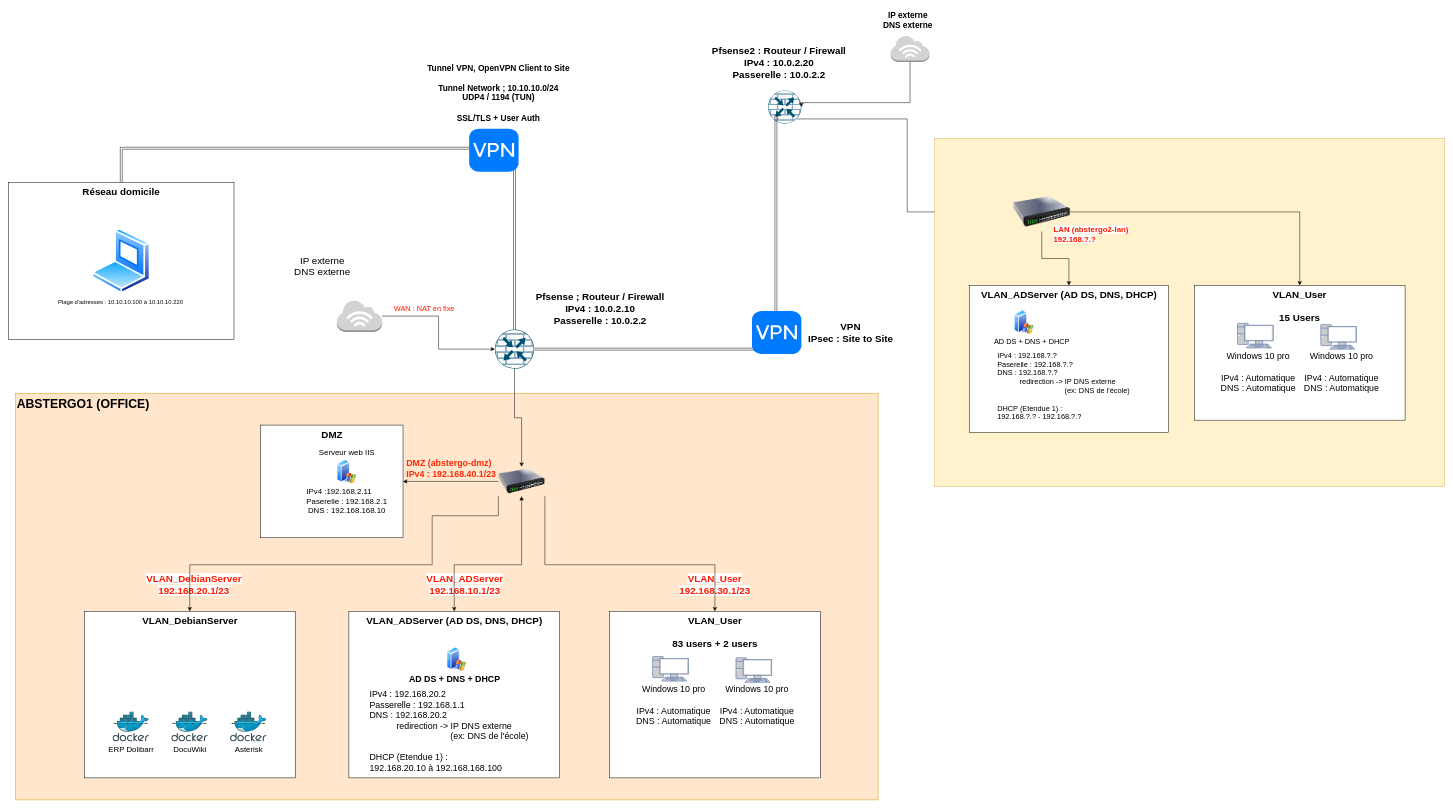
Above: New Network Architecture Abstergo.drawio in CharifMah/AbstergoAnimus (draw.io), before the change. Source tidied: cells renumbered, new cells numbered last; positions are measured from the earlier drawing's top-left corner, leaving out a move shared by most shapes. Both pictures are drawn from the tidied source at 49%, with x=0, y=0 at pixel (8, 8).
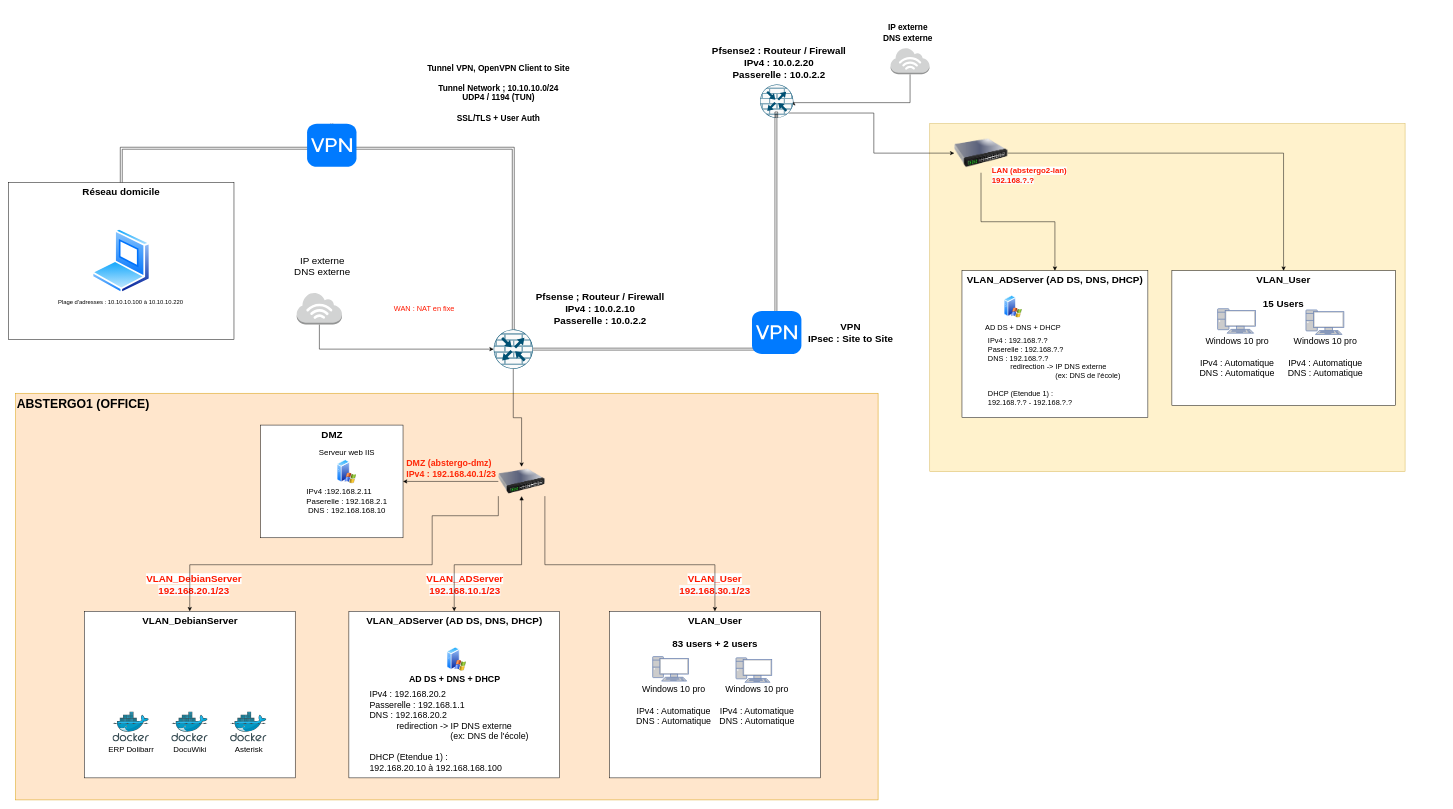
Above is the later version.

The change refers to these unchanged cells:
```xml
<mxCell id="21" value="&lt;font style=&quot;font-size: 20px;&quot;&gt;&lt;b&gt;Réseau domicile&lt;/b&gt;&lt;/font&gt;" style="rounded=0;whiteSpace=wrap;html=1;verticalAlign=top;" parent="20" vertex="1">
  <mxGeometry width="460" height="320" as="geometry" />
</mxCell>
```

Diff of the diagram source:
```diff
@@
     <mxCell id="2" style="sketch=0;points=[[0.5,0,0],[1,0.5,0],[0.5,1,0],[0,0.5,0],[0.145,0.145,0],[0.8555,0.145,0],[0.855,0.8555,0],[0.145,0.855,0]];verticalLabelPosition=bottom;html=1;verticalAlign=top;align=center;shape=mxgraph.cisco19.rect;prIcon=router_with_firewall;fillColor=#FAFAFA;strokeColor=#005073;fontSize=15;" parent="1" vertex="1">
-      <mxGeometry x="992.5" y="655" width="80" height="80" as="geometry" />
+      <mxGeometry x="990" y="655" width="80" height="80" as="geometry" />
     </mxCell>
-    <mxCell id="3" style="outlineConnect=0;dashed=0;verticalLabelPosition=bottom;verticalAlign=top;align=center;html=1;shape=mxgraph.aws3.internet_3;fillColor=#D2D3D3;gradientColor=none;fontSize=15;" parent="1" vertex="1">
-      <mxGeometry x="670" y="595" width="92.5" height="65" as="geometry" />
-    </mxCell>
-    <mxCell id="4" value="&lt;font style=&quot;font-size: 20px;&quot;&gt;IP externe&lt;br style=&quot;&quot;&gt;DNS externe&lt;/font&gt;" style="text;html=1;align=center;verticalAlign=middle;strokeColor=none;fillColor=none;fontSize=15;" parent="1" vertex="1">
-      <mxGeometry x="570" y="495" width="140" height="60" as="geometry" />
-    </mxCell>
@@
-    <mxCell id="6" style="edgeStyle=orthogonalEdgeStyle;rounded=0;jettySize=auto;html=1;exitX=0.855;exitY=0.8555;exitDx=0;exitDy=0;exitPerimeter=0;entryX=0;entryY=0.5;entryDx=0;entryDy=0;" parent="1" edge="1" source="7" target="40">
-      <mxGeometry relative="1" as="geometry" />
-    </mxCell>
-    <mxCell id="7" style="sketch=0;points=[[0.5,0,0],[1,0.5,0],[0.5,1,0],[0,0.5,0],[0.145,0.145,0],[0.8555,0.145,0],[0.855,0.8555,0],[0.145,0.855,0]];verticalLabelPosition=bottom;html=1;verticalAlign=top;align=center;shape=mxgraph.cisco19.rect;prIcon=router_with_firewall;fillColor=#FAFAFA;strokeColor=#005073;" parent="1" vertex="1">
-      <mxGeometry x="1550" y="167" width="68" height="68" as="geometry" />
-    </mxCell>
-    <mxCell id="8" value="&lt;font style=&quot;font-size: 20px;&quot;&gt;Pfsense2 : Routeur / Firewall&lt;br style=&quot;font-size: 20px;&quot;&gt;IPv4 : 10.0.2.20&lt;br style=&quot;font-size: 20px;&quot;&gt;Passerelle : 10.0.2.2&lt;br style=&quot;font-size: 20px;&quot;&gt;&lt;/font&gt;" style="text;html=1;align=center;verticalAlign=middle;strokeColor=none;fillColor=none;fontSize=20;fontStyle=1;" parent="1" vertex="1">
-      <mxGeometry x="1422" y="65" width="300" height="90" as="geometry" />
-    </mxCell>
-    <mxCell id="9" style="outlineConnect=0;dashed=0;verticalLabelPosition=bottom;verticalAlign=top;align=center;html=1;shape=mxgraph.aws3.internet_3;fillColor=#D2D3D3;gradientColor=none;" parent="1" vertex="1">
-      <mxGeometry x="1800" y="55" width="79.5" height="54" as="geometry" />
-    </mxCell>
-    <mxCell id="10" value="IP externe&lt;br style=&quot;font-size: 17px;&quot;&gt;DNS externe" style="text;html=1;align=center;verticalAlign=middle;strokeColor=none;fillColor=none;fontSize=17;fontStyle=1;" parent="1" vertex="1">
-      <mxGeometry x="1774.5" width="120" height="50" as="geometry" />
-    </mxCell>
-    <mxCell id="11" style="edgeStyle=orthogonalEdgeStyle;rounded=0;jettySize=auto;html=1;entryX=0;entryY=0.5;entryDx=0;entryDy=0;entryPerimeter=0;endArrow=none;endFill=0;shape=link;exitX=1;exitY=0.5;exitDx=0;exitDy=0;exitPerimeter=0;" parent="1" edge="1" source="2">
-      <mxGeometry relative="1" as="geometry">
-        <mxPoint x="1566" y="217" as="targetPoint" />
-        <Array as="points">
-          <mxPoint x="1566" y="695" />
-        </Array>
-      </mxGeometry>
-    </mxCell>
@@
     <mxCell id="15" style="edgeStyle=orthogonalEdgeStyle;rounded=0;jettySize=auto;html=1;entryX=0;entryY=0.5;entryDx=0;entryDy=0;entryPerimeter=0;" parent="1" edge="1" source="3" target="2">
-      <mxGeometry relative="1" as="geometry" />
+      <mxGeometry relative="1" as="geometry">
+        <Array as="points">
+          <mxPoint x="634" y="695" />
+        </Array>
+      </mxGeometry>
     </mxCell>
-    <mxCell id="16" style="edgeStyle=orthogonalEdgeStyle;rounded=0;jettySize=auto;html=1;entryX=0.5;entryY=0;entryDx=0;entryDy=0;entryPerimeter=0;endArrow=none;endFill=0;shape=link;exitX=0.5;exitY=0;exitDx=0;exitDy=0;" parent="1" edge="1" source="21" target="2">
-      <mxGeometry relative="1" as="geometry">
-        <Array as="points">
-          <mxPoint x="230" y="285" />
-          <mxPoint x="1033" y="285" />
-        </Array>
-      </mxGeometry>
-    </mxCell>
-    <mxCell id="17" style="html=1;strokeWidth=1;shadow=0;dashed=0;shape=mxgraph.ios7.misc.vpn;fillColor=#007AFF;strokeColor=none;buttonText=;strokeColor2=#222222;fontColor=#222222;fontSize=8;verticalLabelPosition=bottom;verticalAlign=top;align=center;sketch=0;" parent="1" vertex="1">
-      <mxGeometry x="940" y="245" width="100.8" height="88" as="geometry" />
-    </mxCell>
@@
-    <mxCell id="19" style="html=1;strokeWidth=1;shadow=0;dashed=0;shape=mxgraph.ios7.misc.vpn;fillColor=#007AFF;strokeColor=none;buttonText=;strokeColor2=#222222;fontColor=#222222;fontSize=8;verticalLabelPosition=bottom;verticalAlign=top;align=center;sketch=0;" parent="1" vertex="1">
-      <mxGeometry x="1517.2" y="617" width="100.8" height="88" as="geometry" />
-    </mxCell>
@@
     <mxCell id="23" style="group;" parent="1" vertex="1">
-      <mxGeometry x="1890" y="265" width="1040.5" height="710" as="geometry" />
+      <mxGeometry x="1880" y="235" width="970" height="710" as="geometry" />
     </mxCell>
     <mxCell id="24" style="rounded=0;whiteSpace=wrap;html=1;fillColor=#fff2cc;strokeColor=#d6b656;" parent="23" vertex="1">
-      <mxGeometry width="1040.5" height="710" as="geometry" />
+      <mxGeometry width="970" height="710" as="geometry" />
     </mxCell>
     <mxCell id="25" style="group;" parent="23" vertex="1">
-      <mxGeometry x="70.5" y="300" width="407" height="300" as="geometry" />
+      <mxGeometry x="65.7" y="300" width="379.4" height="300" as="geometry" />
     </mxCell>
     <mxCell id="26" value="&lt;b&gt;VLAN_ADServer (AD DS, DNS, DHCP)&lt;/b&gt;" style="rounded=0;whiteSpace=wrap;html=1;verticalAlign=top;fontSize=20;" parent="25" vertex="1">
-      <mxGeometry width="407" height="300" as="geometry" />
+      <mxGeometry width="379.4" height="300" as="geometry" />
     </mxCell>
     <mxCell id="27" style="group;" parent="25" vertex="1">
-      <mxGeometry x="37" y="50" width="308" height="235" as="geometry" />
+      <mxGeometry x="34.5" y="50" width="287.1" height="235" as="geometry" />
     </mxCell>
     <mxCell id="28" style="image;perimeter=ellipsePerimeter;html=1;align=center;shadow=0;dashed=0;spacingTop=3;image=img/lib/active_directory/windows_server_2.svg;fontSize=15;" parent="27" vertex="1">
-      <mxGeometry x="55" width="40" height="50" as="geometry" />
+      <mxGeometry x="51.3" width="37.3" height="46.6" as="geometry" />
     </mxCell>
@@
     <mxCell id="30" value="IPv4 : 192.168.?.?&lt;br style=&quot;font-size: 15px;&quot;&gt;Paserelle : 192.168.?.?&lt;br style=&quot;font-size: 15px;&quot;&gt;DNS : 192.168.?.?&lt;br style=&quot;font-size: 15px;&quot;&gt;&amp;nbsp; &amp;nbsp; &amp;nbsp; &amp;nbsp; &amp;nbsp; &amp;nbsp;redirection -&amp;gt; IP DNS externe&lt;br style=&quot;font-size: 15px;&quot;&gt;&amp;nbsp; &amp;nbsp; &amp;nbsp; &amp;nbsp; &amp;nbsp; &amp;nbsp; &amp;nbsp; &amp;nbsp; &amp;nbsp; &amp;nbsp; &amp;nbsp; &amp;nbsp; &amp;nbsp; &amp;nbsp; &amp;nbsp; &amp;nbsp; &amp;nbsp;(ex: DNS de l'école)&lt;br style=&quot;font-size: 15px;&quot;&gt;&lt;br style=&quot;font-size: 15px;&quot;&gt;DHCP (Etendue 1) :&lt;br style=&quot;font-size: 15px;&quot;&gt;192.168.?.? - 192.168.?.?" style="text;html=1;align=left;verticalAlign=middle;strokeColor=none;fillColor=none;fontSize=15;" parent="27" vertex="1">
-      <mxGeometry x="18" y="75" width="290" height="160" as="geometry" />
+      <mxGeometry x="16.8" y="75" width="290" height="160" as="geometry" />
     </mxCell>
     <mxCell id="31" style="group;" parent="23" vertex="1">
-      <mxGeometry x="530" y="300" width="430" height="275" as="geometry" />
+      <mxGeometry x="494.1" y="300" width="455.9" height="275" as="geometry" />
     </mxCell>
     <mxCell id="32" value="&lt;font style=&quot;font-size: 20px;&quot;&gt;&lt;b&gt;VLAN_User&lt;br&gt;&lt;br&gt;15 Users&lt;br&gt;&lt;/b&gt;&lt;/font&gt;" style="rounded=0;whiteSpace=wrap;html=1;verticalAlign=top;" parent="31" vertex="1">
-      <mxGeometry width="430" height="275" as="geometry" />
+      <mxGeometry width="455.9" height="275" as="geometry" />
     </mxCell>
     <mxCell id="33" style="group;" parent="31" vertex="1">
-      <mxGeometry x="210" y="80" width="180" height="147.5" as="geometry" />
+      <mxGeometry x="222.7" y="80" width="190.8" height="147.5" as="geometry" />
     </mxCell>
@@
     <mxCell id="35" style="fontColor=#0066CC;verticalAlign=top;verticalLabelPosition=bottom;labelPosition=center;align=center;html=1;fillColor=#CCCCCC;strokeColor=#6881B3;gradientColor=none;gradientDirection=north;strokeWidth=2;shape=mxgraph.networks.pc;" parent="33" vertex="1">
-      <mxGeometry x="48" width="73" height="50" as="geometry" />
+      <mxGeometry x="50.9" width="77.4" height="50" as="geometry" />
     </mxCell>
     <mxCell id="36" style="group;" parent="31" vertex="1">
-      <mxGeometry x="40" y="77.5" width="180" height="150" as="geometry" />
+      <mxGeometry x="42.4" y="77.5" width="190.8" height="150" as="geometry" />
     </mxCell>
@@
     <mxCell id="38" style="fontColor=#0066CC;verticalAlign=top;verticalLabelPosition=bottom;labelPosition=center;align=center;html=1;fillColor=#CCCCCC;strokeColor=#6881B3;gradientColor=none;gradientDirection=north;strokeWidth=2;shape=mxgraph.networks.pc;" parent="36" vertex="1">
-      <mxGeometry x="48" width="73" height="50" as="geometry" />
+      <mxGeometry x="50.9" width="77.4" height="50" as="geometry" />
     </mxCell>
     <mxCell id="39" style="group;" parent="23" vertex="1">
-      <mxGeometry x="160" y="110" width="299" height="120" as="geometry" />
+      <mxGeometry x="50" y="20" width="278.7" height="120" as="geometry" />
     </mxCell>
     <mxCell id="40" style="image;html=1;image=img/lib/clip_art/networking/Switch_128x128.png;" parent="39" vertex="1">
-      <mxGeometry width="117" height="80" as="geometry" />
+      <mxGeometry width="109.1" height="80" as="geometry" />
     </mxCell>
     <mxCell id="41" value="&lt;font style=&quot;font-size: 16px;&quot; color=&quot;#ff1900&quot;&gt;&lt;b&gt;&lt;span style=&quot;font-family: Helvetica; font-style: normal; font-variant-ligatures: normal; font-variant-caps: normal; letter-spacing: normal; orphans: 2; text-align: center; text-indent: 0px; text-transform: none; widows: 2; word-spacing: 0px; -webkit-text-stroke-width: 0px; background-color: rgb(255, 255, 255); text-decoration-thickness: initial; text-decoration-style: initial; text-decoration-color: initial; float: none; display: inline !important;&quot;&gt;LAN (abstergo2-lan)&lt;/span&gt;&lt;br style=&quot;border-color: var(--border-color); font-family: Helvetica; font-style: normal; font-variant-ligatures: normal; font-variant-caps: normal; letter-spacing: normal; orphans: 2; text-indent: 0px; text-transform: none; widows: 2; word-spacing: 0px; -webkit-text-stroke-width: 0px; text-decoration-thickness: initial; text-decoration-style: initial; text-decoration-color: initial; text-align: left; background-color: rgb(251, 251, 251);&quot;&gt;&lt;span style=&quot;border-color: var(--border-color); font-family: Helvetica; font-style: normal; font-variant-ligatures: normal; font-variant-caps: normal; letter-spacing: normal; orphans: 2; text-indent: 0px; text-transform: none; widows: 2; word-spacing: 0px; -webkit-text-stroke-width: 0px; text-decoration-thickness: initial; text-decoration-style: initial; text-decoration-color: initial; text-align: left; background-color: rgb(251, 251, 251);&quot;&gt;192.168.?.?&lt;/span&gt;&lt;/b&gt;&lt;/font&gt;" style="text;whiteSpace=wrap;html=1;" parent="39" vertex="1">
-      <mxGeometry x="80.5" y="60" width="218.5" height="60" as="geometry" />
+      <mxGeometry x="75" y="60" width="203.7" height="60" as="geometry" />
     </mxCell>
@@
+    <mxCell id="6" style="edgeStyle=orthogonalEdgeStyle;rounded=0;jettySize=auto;html=1;exitX=0.855;exitY=0.8555;exitDx=0;exitDy=0;exitPerimeter=0;entryX=0;entryY=0.5;entryDx=0;entryDy=0;" parent="1" edge="1" source="7" target="40">
+      <mxGeometry relative="1" as="geometry" />
+    </mxCell>
+    <mxCell id="87" style="group;" parent="1" vertex="1">
+      <mxGeometry x="1422" y="65" width="300" height="158" as="geometry" />
+    </mxCell>
+    <mxCell id="7" style="sketch=0;points=[[0.5,0,0],[1,0.5,0],[0.5,1,0],[0,0.5,0],[0.145,0.145,0],[0.8555,0.145,0],[0.855,0.8555,0],[0.145,0.855,0]];verticalLabelPosition=bottom;html=1;verticalAlign=top;align=center;shape=mxgraph.cisco19.rect;prIcon=router_with_firewall;fillColor=#FAFAFA;strokeColor=#005073;" parent="87" vertex="1">
+      <mxGeometry x="111.6" y="90" width="68" height="68" as="geometry" />
+    </mxCell>
+    <mxCell id="8" value="&lt;font style=&quot;font-size: 20px;&quot;&gt;Pfsense2 : Routeur / Firewall&lt;br style=&quot;font-size: 20px;&quot;&gt;IPv4 : 10.0.2.20&lt;br style=&quot;font-size: 20px;&quot;&gt;Passerelle : 10.0.2.2&lt;br style=&quot;font-size: 20px;&quot;&gt;&lt;/font&gt;" style="text;html=1;align=center;verticalAlign=middle;strokeColor=none;fillColor=none;fontSize=20;fontStyle=1;" parent="87" vertex="1">
+      <mxGeometry width="300" height="90" as="geometry" />
+    </mxCell>
+    <mxCell id="88" style="group;" parent="1" vertex="1">
+      <mxGeometry x="1774.5" y="25" width="120" height="109" as="geometry" />
+    </mxCell>
+    <mxCell id="9" style="outlineConnect=0;dashed=0;verticalLabelPosition=bottom;verticalAlign=top;align=center;html=1;shape=mxgraph.aws3.internet_3;fillColor=#D2D3D3;gradientColor=none;" parent="88" vertex="1">
+      <mxGeometry x="25.5" y="55" width="79.5" height="54" as="geometry" />
+    </mxCell>
+    <mxCell id="10" value="IP externe&lt;br style=&quot;font-size: 17px;&quot;&gt;DNS externe" style="text;html=1;align=center;verticalAlign=middle;strokeColor=none;fillColor=none;fontSize=17;fontStyle=1;" parent="88" vertex="1">
+      <mxGeometry width="120" height="50" as="geometry" />
+    </mxCell>
+    <mxCell id="89" style="edgeStyle=orthogonalEdgeStyle;rounded=0;jettySize=auto;html=1;entryX=0.5;entryY=0;entryDx=0;entryDy=0;entryPerimeter=0;endArrow=none;endFill=0;shape=link;exitX=0.5;exitY=0;exitDx=0;exitDy=0;" parent="1" edge="1" source="21" target="17">
+      <mxGeometry relative="1" as="geometry">
+        <Array as="points">
+          <mxPoint x="230" y="285" />
+        </Array>
+      </mxGeometry>
+    </mxCell>
+    <mxCell id="16" style="edgeStyle=orthogonalEdgeStyle;rounded=0;jettySize=auto;html=1;entryX=0.5;entryY=0;entryDx=0;entryDy=0;entryPerimeter=0;endArrow=none;endFill=0;shape=link;exitX=0.5;exitY=0;exitDx=0;exitDy=0;" parent="1" edge="1" source="17" target="2">
+      <mxGeometry relative="1" as="geometry">
+        <Array as="points">
+          <mxPoint x="1030" y="285" />
+        </Array>
+      </mxGeometry>
+    </mxCell>
+    <mxCell id="90" style="group;" parent="1" vertex="1">
+      <mxGeometry x="609.2" y="235" width="100.8" height="88" as="geometry" />
+    </mxCell>
+    <mxCell id="17" style="html=1;strokeWidth=1;shadow=0;dashed=0;shape=mxgraph.ios7.misc.vpn;fillColor=#007AFF;strokeColor=none;buttonText=;strokeColor2=#222222;fontColor=#222222;fontSize=8;verticalLabelPosition=bottom;verticalAlign=top;align=center;sketch=0;" parent="90" vertex="1">
+      <mxGeometry width="100.8" height="88" as="geometry" />
+    </mxCell>
+    <mxCell id="91" style="group;" parent="1" vertex="1">
+      <mxGeometry x="1517.2" y="213" width="100.8" height="492" as="geometry" />
+    </mxCell>
+    <mxCell id="11" style="edgeStyle=orthogonalEdgeStyle;rounded=0;jettySize=auto;html=1;endArrow=none;endFill=0;shape=link;exitX=1;exitY=0.5;exitDx=0;exitDy=0;exitPerimeter=0;entryX=0.5;entryY=1;entryDx=0;entryDy=0;entryPerimeter=0;" parent="91" edge="1" source="2" target="7">
+      <mxGeometry relative="1" as="geometry">
+        <Array as="points">
+          <mxPoint x="48.8" y="482" />
+          <mxPoint x="48.8" />
+        </Array>
+      </mxGeometry>
+    </mxCell>
+    <mxCell id="19" style="html=1;strokeWidth=1;shadow=0;dashed=0;shape=mxgraph.ios7.misc.vpn;fillColor=#007AFF;strokeColor=none;buttonText=;strokeColor2=#222222;fontColor=#222222;fontSize=8;verticalLabelPosition=bottom;verticalAlign=top;align=center;sketch=0;" parent="91" vertex="1">
+      <mxGeometry y="404" width="100.8" height="88" as="geometry" />
+    </mxCell>
+    <mxCell id="92" style="group;" parent="1" vertex="1">
+      <mxGeometry x="570" y="495" width="140" height="149.5" as="geometry" />
+    </mxCell>
+    <mxCell id="3" style="outlineConnect=0;dashed=0;verticalLabelPosition=bottom;verticalAlign=top;align=center;html=1;shape=mxgraph.aws3.internet_3;fillColor=#D2D3D3;gradientColor=none;fontSize=15;" parent="92" vertex="1">
+      <mxGeometry x="18" y="84.5" width="92.5" height="65" as="geometry" />
+    </mxCell>
+    <mxCell id="4" value="&lt;font style=&quot;font-size: 20px;&quot;&gt;IP externe&lt;br style=&quot;&quot;&gt;DNS externe&lt;/font&gt;" style="text;html=1;align=center;verticalAlign=middle;strokeColor=none;fillColor=none;fontSize=15;" parent="92" vertex="1">
+      <mxGeometry width="140" height="60" as="geometry" />
+    </mxCell>
```
